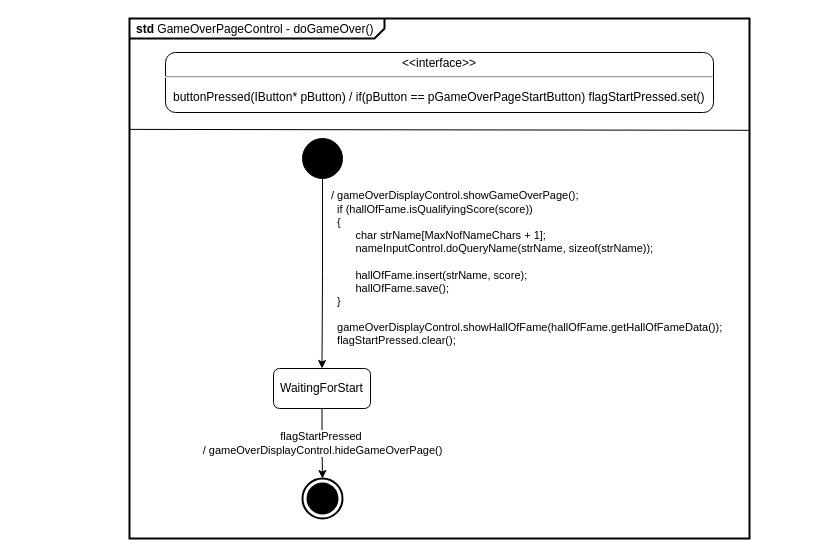
Above: page "STD-GameOverPageControl" (12 of 13) of apps/pong_cleangui_dg_adv/models/pong_dg_adv.drawio in nepbuur1/test_lasergame_2_rework_CleanGUI_godmode (draw.io), before the change. Source tidied: cells renumbered, new cells numbered last; positions are measured from the earlier drawing's top-left corner, leaving out a move shared by most shapes. Both pictures are drawn from the tidied source at 100%, with x=0, y=0 at pixel (129, 18).
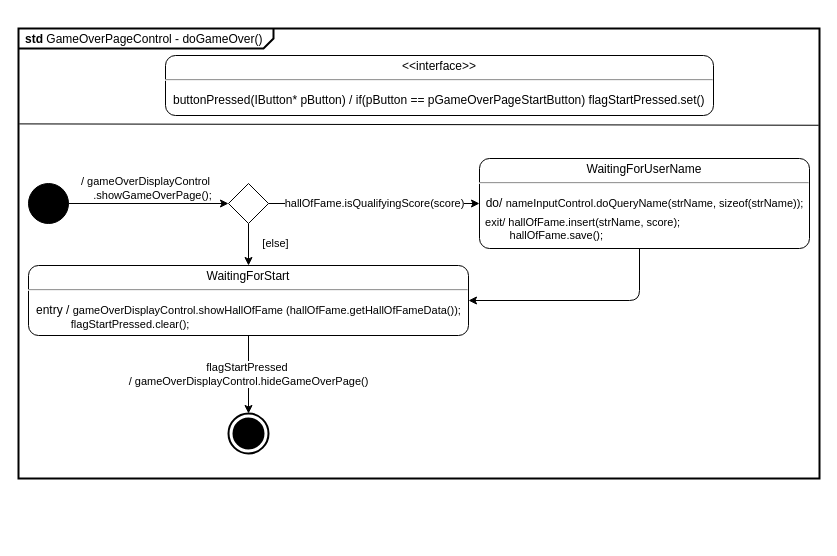
The same diagram, later.

Change to the diagram source:
```diff
@@
 <mxGraphModel>
   <root>
     <mxCell id="0" />
     <mxCell id="1" parent="0" />
     <mxCell id="2" value="&lt;p style=&quot;margin:0px;margin-top:4px;margin-left:7px;text-align:left;&quot;&gt;&lt;b&gt;std&lt;/b&gt;  GameOverPageControl - doGameOver()&lt;/p&gt;" style="html=1;shape=mxgraph.sysml.package;overflow=fill;labelX=255.67;strokeWidth=2;align=center;" parent="1" vertex="1">
-      <mxGeometry width="620" height="520" as="geometry" />
+      <mxGeometry x="-111" y="10" width="801" height="450" as="geometry" />
     </mxCell>
     <mxCell id="3" value="&lt;p style=&quot;margin: 0px ; margin-top: 4px ; text-align: center&quot;&gt;&amp;lt;&amp;lt;interface&amp;gt;&amp;gt;&lt;/p&gt;&lt;hr&gt;&lt;p&gt;&lt;/p&gt;&lt;p style=&quot;margin: 0px ; margin-left: 8px ; text-align: left&quot;&gt;buttonPressed(IButton* pButton) / if(pButton == pGameOverPageStartButton) flagStartPressed.set()&lt;/p&gt;" style="shape=mxgraph.sysml.simpleState;html=1;overflow=fill;whiteSpace=wrap;align=center;" parent="1" vertex="1">
-      <mxGeometry x="36" y="34" width="548" height="60" as="geometry" />
+      <mxGeometry x="36" y="37" width="548" height="60" as="geometry" />
     </mxCell>
-    <mxCell id="4" style="endArrow=none;html=1;rounded=1;entryX=0.999;entryY=0.215;entryDx=0;entryDy=0;entryPerimeter=0;" parent="1" edge="1" target="2">
-      <mxGeometry relative="1" as="geometry">
-        <mxPoint y="110.9" as="sourcePoint" />
-      </mxGeometry>
+    <mxCell id="4" style="endArrow=none;html=1;rounded=1;entryX=0.999;entryY=0.215;entryDx=0;entryDy=0;entryPerimeter=0;exitX=0.001;exitY=0.212;exitDx=0;exitDy=0;exitPerimeter=0;" parent="1" edge="1" source="2" target="2">
+      <mxGeometry relative="1" as="geometry" />
     </mxCell>
-    <mxCell id="5" value="flagStartPressed&amp;nbsp;&lt;div&gt;/ gameOverDisplayControl.hideGameOverPage()&lt;/div&gt;" style="edgeStyle=orthogonalEdgeStyle;rounded=0;jettySize=auto;html=1;" parent="1" edge="1" source="6" target="9">
+    <mxCell id="5" value="flagStartPressed&amp;nbsp;&lt;div&gt;/ gameOverDisplayControl.hideGameOverPage()&lt;/div&gt;" style="edgeStyle=orthogonalEdgeStyle;rounded=0;jettySize=auto;html=1;" parent="1" edge="1" source="14" target="9">
       <mxGeometry relative="1" as="geometry" />
     </mxCell>
-    <mxCell id="6" value="WaitingForStart" style="rounded=1;whiteSpace=wrap;html=1;" parent="1" vertex="1">
-      <mxGeometry x="144" y="350" width="97" height="40" as="geometry" />
-    </mxCell>
-    <mxCell id="7" value="&lt;div&gt;/ gameOverDisplayControl.showGameOverPage();&lt;/div&gt;&lt;div style=&quot;&quot;&gt;&lt;div&gt;&amp;nbsp; if (hallOfFame.isQualifyingScore(score))&lt;/div&gt;&lt;div&gt;&amp;nbsp; {&lt;/div&gt;&lt;div&gt;&lt;span style=&quot;white-space-collapse: collapse;&quot;&gt;&lt;span style=&quot;white-space:pre&quot;&gt;&#9;&lt;/span&gt;char strName[MaxNofNameChars + 1];&lt;/span&gt;&lt;/div&gt;&lt;div&gt;&lt;span style=&quot;white-space-collapse: collapse;&quot;&gt;&lt;span style=&quot;white-space:pre&quot;&gt;&#9;&lt;/span&gt;nameInputControl.doQueryName(strName, sizeof(strName));&lt;/span&gt;&lt;/div&gt;&lt;div&gt;&lt;br&gt;&lt;/div&gt;&lt;div&gt;&lt;span style=&quot;white-space-collapse: collapse;&quot;&gt;&lt;span style=&quot;white-space:pre&quot;&gt;&#9;&lt;/span&gt;hallOfFame.insert(strName, score);&lt;/span&gt;&lt;/div&gt;&lt;div&gt;&lt;span style=&quot;white-space-collapse: collapse;&quot;&gt;&lt;span style=&quot;white-space:pre&quot;&gt;&#9;&lt;/span&gt;hallOfFame.save();&lt;/span&gt;&lt;/div&gt;&lt;div&gt;&amp;nbsp; }&lt;/div&gt;&lt;div style=&quot;&quot;&gt;&lt;br&gt;&lt;/div&gt;&lt;div style=&quot;&quot;&gt;&amp;nbsp; gameOverDisplayControl.showHallOfFame(hallOfFame.getHallOfFameData());&lt;br&gt;&amp;nbsp; flagStartPressed.clear();&lt;/div&gt;&lt;/div&gt;" style="edgeStyle=orthogonalEdgeStyle;rounded=0;jettySize=auto;html=1;align=left;labelBackgroundColor=default;" parent="1" edge="1" source="8" target="6">
-      <mxGeometry x="-0.06" y="7" relative="1" as="geometry" />
+    <mxCell id="7" value="&lt;div&gt;/ gameOverDisplayControl&lt;br&gt;&amp;nbsp; &amp;nbsp; .showGameOverPage();&lt;/div&gt;" style="edgeStyle=orthogonalEdgeStyle;rounded=0;jettySize=auto;html=1;align=left;labelBackgroundColor=default;" parent="1" edge="1" source="8" target="12">
+      <mxGeometry x="-0.86" y="15" relative="1" as="geometry" />
     </mxCell>
     <mxCell id="8" style="shape=ellipse;html=1;fillColor=#000000;fontSize=18;fontColor=#ffffff;" parent="1" vertex="1">
-      <mxGeometry x="173" y="120" width="40" height="40" as="geometry" />
+      <mxGeometry x="-101" y="165" width="40" height="40" as="geometry" />
     </mxCell>
     <mxCell id="9" style="html=1;shape=mxgraph.sysml.actFinal;strokeWidth=2;verticalLabelPosition=bottom;verticalAlignment=top;" parent="1" vertex="1">
-      <mxGeometry x="173" y="460" width="40" height="40" as="geometry" />
+      <mxGeometry x="99" y="395" width="40" height="40" as="geometry" />
     </mxCell>
+    <mxCell id="10" value="&lt;span style=&quot;text-align: left;&quot;&gt;hallOfFame.isQualifyingScore(score)&lt;/span&gt;" style="edgeStyle=orthogonalEdgeStyle;rounded=0;jettySize=auto;html=1;" parent="1" edge="1" source="12" target="15">
+      <mxGeometry relative="1" as="geometry" />
+    </mxCell>
+    <mxCell id="11" value="[else]" style="edgeStyle=orthogonalEdgeStyle;rounded=0;jettySize=auto;html=1;" parent="1" edge="1" source="12" target="14">
+      <mxGeometry x="-0.05" y="27" relative="1" as="geometry" />
+    </mxCell>
+    <mxCell id="12" style="rhombus;whiteSpace=wrap;html=1;" parent="1" vertex="1">
+      <mxGeometry x="99" y="165" width="40" height="40" as="geometry" />
+    </mxCell>
+    <mxCell id="13" style="edgeStyle=orthogonalEdgeStyle;rounded=1;jettySize=auto;html=1;curved=0;" parent="1" edge="1" source="15" target="14">
+      <mxGeometry relative="1" as="geometry">
+        <Array as="points">
+          <mxPoint x="510" y="282" />
+        </Array>
+      </mxGeometry>
+    </mxCell>
+    <mxCell id="14" value="&lt;p style=&quot;margin: 0px ; margin-top: 4px ; text-align: center&quot;&gt;&lt;font&gt;WaitingForStart&lt;/font&gt;&lt;/p&gt;&lt;hr&gt;&lt;p&gt;&lt;/p&gt;&lt;p style=&quot;margin: 0px ; margin-left: 8px ; text-align: left&quot;&gt;&lt;font&gt;entry /&amp;nbsp;&lt;/font&gt;&lt;span style=&quot;background-color: rgb(255, 255, 255); font-size: 11px; text-wrap-mode: nowrap; color: light-dark(rgb(0, 0, 0), rgb(255, 255, 255));&quot;&gt;gameOverDisplayControl.showHallOfFame (hallOfFame.getHallOfFameData());&lt;/span&gt;&lt;/p&gt;&lt;span style=&quot;font-size: 11px; text-wrap-mode: nowrap; background-color: rgb(255, 255, 255);&quot;&gt;&lt;div style=&quot;text-align: left;&quot;&gt;&lt;span style=&quot;color: light-dark(rgb(0, 0, 0), rgb(255, 255, 255));&quot;&gt;&amp;nbsp; &amp;nbsp; &amp;nbsp; &amp;nbsp; &amp;nbsp; &amp;nbsp; &amp;nbsp; flagStartPressed.clear();&lt;/span&gt;&lt;/div&gt;&lt;/span&gt;" style="shape=mxgraph.sysml.simpleState;html=1;overflow=fill;whiteSpace=wrap;align=center;" parent="1" vertex="1">
+      <mxGeometry x="-101" y="247" width="440" height="70" as="geometry" />
+    </mxCell>
+    <mxCell id="15" value="&lt;p style=&quot;margin: 0px ; margin-top: 4px ; text-align: center&quot;&gt;&lt;font&gt;WaitingForUserName&lt;/font&gt;&lt;/p&gt;&lt;hr&gt;&lt;p&gt;&lt;/p&gt;&lt;p style=&quot;text-align: left; margin: 4px 0px 0px;&quot;&gt;&lt;span style=&quot;color: light-dark(rgb(0, 0, 0), rgb(255, 255, 255));&quot;&gt;&amp;nbsp; do/&amp;nbsp;&lt;/span&gt;&lt;span style=&quot;color: light-dark(rgb(0, 0, 0), rgb(255, 255, 255)); text-wrap-mode: nowrap; font-size: 11px;&quot;&gt;nameInputControl.doQueryName(strName, sizeof(strName));&lt;/span&gt;&lt;/p&gt;&lt;p style=&quot;text-align: left; margin: 4px 0px 0px;&quot;&gt;&lt;span style=&quot;color: light-dark(rgb(0, 0, 0), rgb(255, 255, 255)); text-wrap-mode: nowrap; font-size: 11px;&quot;&gt;&amp;nbsp;&lt;/span&gt;&lt;span style=&quot;color: light-dark(rgb(0, 0, 0), rgb(255, 255, 255)); text-wrap-mode: nowrap; font-size: 11px;&quot;&gt;&amp;nbsp;exit/&amp;nbsp;&lt;/span&gt;&lt;span style=&quot;font-size: 11px; text-wrap-mode: nowrap; color: light-dark(rgb(0, 0, 0), rgb(255, 255, 255));&quot;&gt;hallOfFame.insert(strName, score);&lt;/span&gt;&lt;/p&gt;&lt;div style=&quot;text-wrap-mode: nowrap; font-size: 11px; text-align: left;&quot;&gt;&lt;span style=&quot;white-space-collapse: preserve;&quot;&gt;&#9;&lt;/span&gt;&amp;nbsp; hallOfFame.save();&lt;/div&gt;" style="shape=mxgraph.sysml.simpleState;html=1;overflow=fill;whiteSpace=wrap;align=center;" parent="1" vertex="1">
+      <mxGeometry x="350" y="140" width="330" height="90" as="geometry" />
+    </mxCell>
   </root>
 </mxGraphModel>
```
